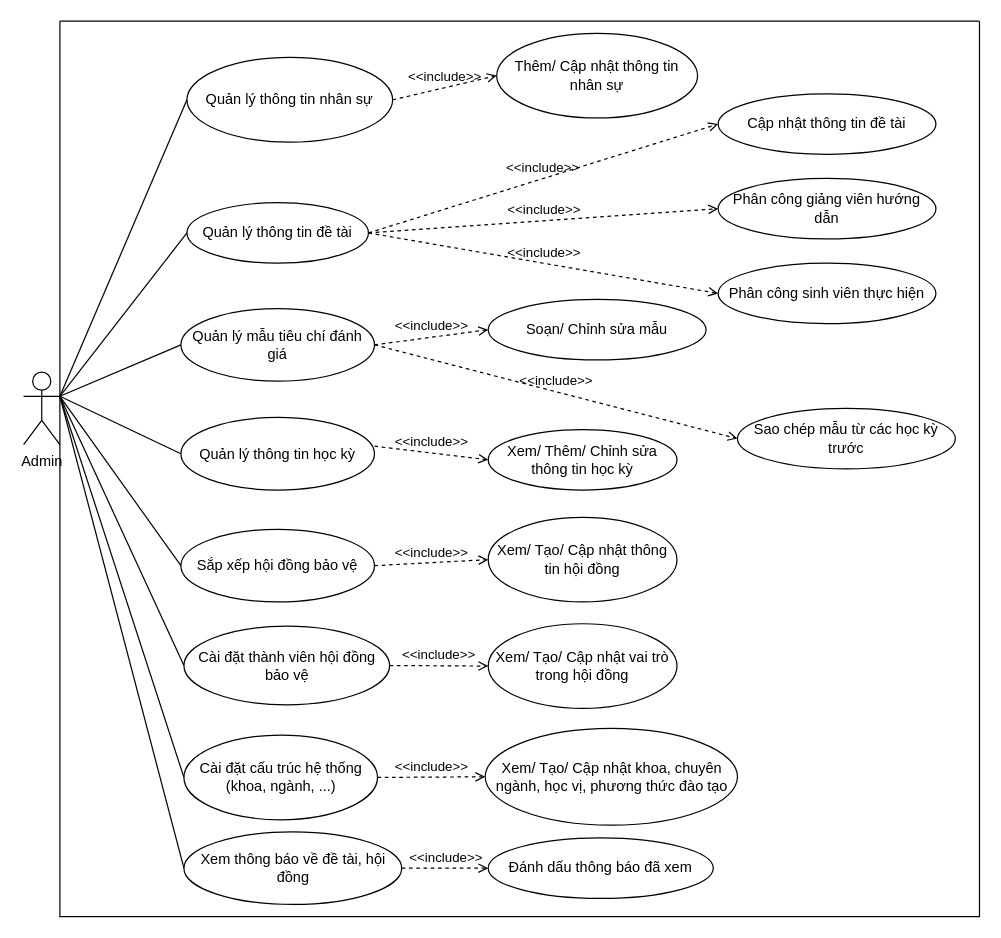
ngdangkiet/thesis-document keeps this draw.io diagram as page "Biểu đồ UseCase phân rã [Admin]" (3 of 6) of report/thesis.drawio. Above is the earlier version. Source tidied: cells renumbered, new cells numbered last; positions are measured from the earlier drawing's top-left corner, leaving out a move shared by most shapes. Both pictures are drawn from the tidied source at 121%, with x=0, y=0 at pixel (23, 21).
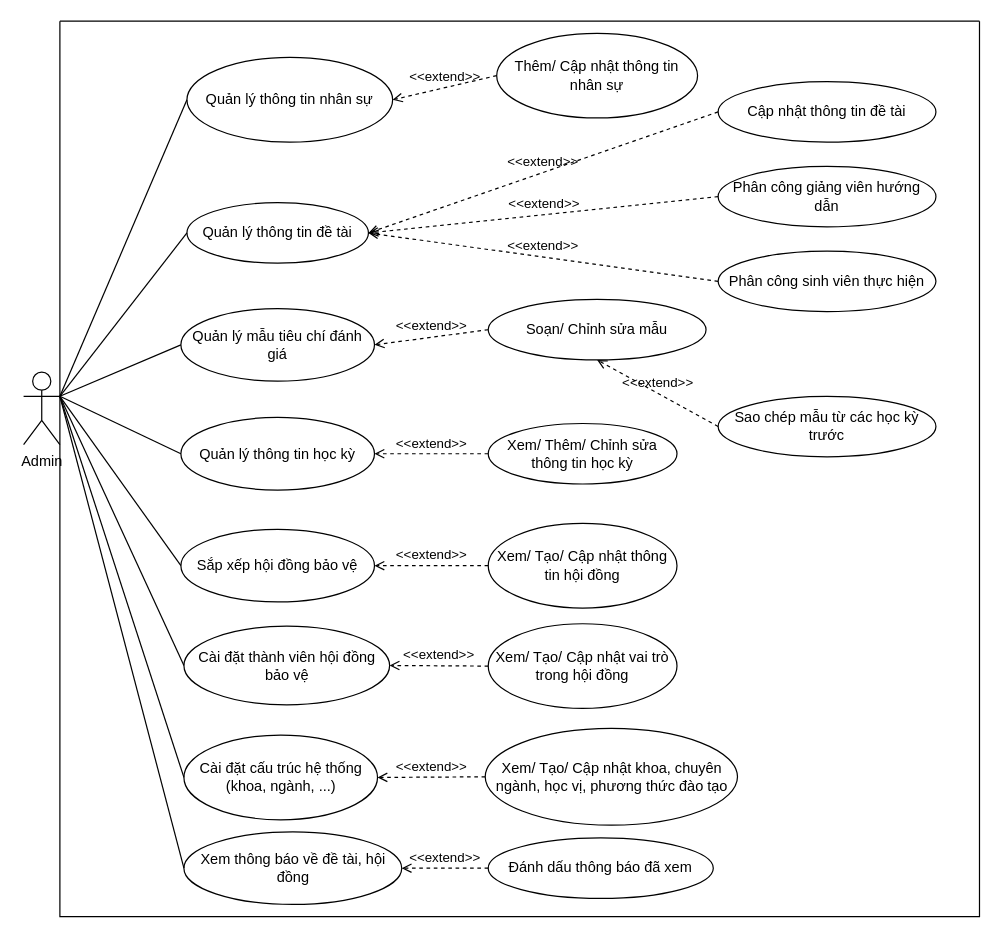
After the change.

Commit message (it also covers changes not shown here):
Cập nhật thesis.drawio

Unchanged cells that the change refers to:
```xml
<mxCell id="3" value="Quản lý thông tin đề tài" style="ellipse;whiteSpace=wrap;html=1;" parent="1" vertex="1">
  <mxGeometry x="135" y="150" width="150" height="50" as="geometry" />
</mxCell>
<mxCell id="4" value="Quản lý mẫu tiêu chí đánh giá" style="ellipse;whiteSpace=wrap;html=1;" parent="1" vertex="1">
  <mxGeometry x="130" y="237.5" width="160" height="60" as="geometry" />
</mxCell>
<mxCell id="5" value="Quản lý thông tin học kỳ" style="ellipse;whiteSpace=wrap;html=1;" parent="1" vertex="1">
  <mxGeometry x="130" y="327.5" width="160" height="60" as="geometry" />
</mxCell>
<mxCell id="6" value="Sắp xếp hội đồng bảo vệ" style="ellipse;whiteSpace=wrap;html=1;" parent="1" vertex="1">
  <mxGeometry x="130" y="420" width="160" height="60" as="geometry" />
</mxCell>
<mxCell id="7" value="Cài đặt thành viên hội đồng bảo vệ" style="ellipse;whiteSpace=wrap;html=1;" parent="1" vertex="1">
  <mxGeometry x="132.5" y="500" width="170" height="65" as="geometry" />
</mxCell>
<mxCell id="8" value="Quản lý thông tin nhân sự" style="ellipse;whiteSpace=wrap;html=1;" parent="1" vertex="1">
  <mxGeometry x="135" y="30" width="170" height="70" as="geometry" />
</mxCell>
<mxCell id="9" value="Cài đặt cấu trúc hệ thống (khoa, ngành, ...)" style="ellipse;whiteSpace=wrap;html=1;" parent="1" vertex="1">
  <mxGeometry x="132.5" y="590" width="160" height="70" as="geometry" />
</mxCell>
<mxCell id="17" value="Thêm/ Cập nhật thông tin nhân sự" style="ellipse;whiteSpace=wrap;html=1;" parent="1" vertex="1">
  <mxGeometry x="391" y="10" width="166" height="70" as="geometry" />
</mxCell>
<mxCell id="21" value="Soạn/ Chỉnh sửa mẫu" style="ellipse;whiteSpace=wrap;html=1;" parent="1" vertex="1">
  <mxGeometry x="384" y="230" width="180" height="50" as="geometry" />
</mxCell>
<mxCell id="25" value="Xem/ Tạo/ Cập nhật vai trò trong hội đồng" style="ellipse;whiteSpace=wrap;html=1;" parent="1" vertex="1">
  <mxGeometry x="384" y="498" width="156" height="70" as="geometry" />
</mxCell>
<mxCell id="26" value="Xem/ Tạo/ Cập nhật khoa, chuyên ngành, học vị, phương thức đào tạo" style="ellipse;whiteSpace=wrap;html=1;" parent="1" vertex="1">
  <mxGeometry x="381.5" y="584.5" width="208.5" height="80" as="geometry" />
</mxCell>
<mxCell id="27" value="Xem thông báo về đề tài, hội đồng" style="ellipse;whiteSpace=wrap;html=1;" parent="1" vertex="1">
  <mxGeometry x="132.5" y="670" width="180" height="60" as="geometry" />
</mxCell>
<mxCell id="29" value="Đánh dấu thông báo đã xem" style="ellipse;whiteSpace=wrap;html=1;" parent="1" vertex="1">
  <mxGeometry x="384" y="675" width="186" height="50" as="geometry" />
</mxCell>
<mxCell id="30" style="swimlane;startSize=0;" parent="1" vertex="1">
  <mxGeometry x="30" width="760" height="740" as="geometry" />
</mxCell>
```

What changed in the source:
```diff
@@
-    <mxCell id="18" value="Cập nhật thông tin đề tài" style="ellipse;whiteSpace=wrap;html=1;" parent="1" vertex="1">
-      <mxGeometry x="574" y="60" width="180" height="50" as="geometry" />
-    </mxCell>
-    <mxCell id="19" value="Phân công giảng viên hướng dẫn" style="ellipse;whiteSpace=wrap;html=1;" parent="1" vertex="1">
-      <mxGeometry x="574" y="130" width="180" height="50" as="geometry" />
-    </mxCell>
-    <mxCell id="20" value="Phân công sinh viên thực hiện" style="ellipse;whiteSpace=wrap;html=1;" parent="1" vertex="1">
-      <mxGeometry x="574" y="200" width="180" height="50" as="geometry" />
-    </mxCell>
@@
-    <mxCell id="22" value="Sao chép mẫu từ các học kỳ trước" style="ellipse;whiteSpace=wrap;html=1;" parent="1" vertex="1">
-      <mxGeometry x="590" y="320" width="180" height="50" as="geometry" />
-    </mxCell>
-    <mxCell id="23" value="Xem/ Thêm/ Chỉnh sửa thông tin học kỳ" style="ellipse;whiteSpace=wrap;html=1;" parent="1" vertex="1">
-      <mxGeometry x="384" y="337.5" width="156" height="50" as="geometry" />
-    </mxCell>
-    <mxCell id="24" value="Xem/ Tạo/ Cập nhật thông tin hội đồng" style="ellipse;whiteSpace=wrap;html=1;" parent="1" vertex="1">
-      <mxGeometry x="384" y="410" width="156" height="70" as="geometry" />
-    </mxCell>
@@
-    <mxCell id="31" value="&amp;lt;&amp;lt;include&amp;gt;&amp;gt;" style="html=1;verticalAlign=bottom;labelBackgroundColor=none;endArrow=open;endFill=0;dashed=1;rounded=0;exitX=1;exitY=0.5;exitDx=0;exitDy=0;entryX=0;entryY=0.5;entryDx=0;entryDy=0;" parent="1" edge="1" source="8" target="17">
-      <mxGeometry relative="1" as="geometry" />
-    </mxCell>
-    <mxCell id="32" value="&amp;lt;&amp;lt;include&amp;gt;&amp;gt;" style="html=1;verticalAlign=bottom;labelBackgroundColor=none;endArrow=open;endFill=0;dashed=1;rounded=0;exitX=1;exitY=0.5;exitDx=0;exitDy=0;entryX=0;entryY=0.5;entryDx=0;entryDy=0;" parent="1" edge="1" source="3" target="18">
-      <mxGeometry relative="1" as="geometry" />
-    </mxCell>
-    <mxCell id="33" value="&amp;lt;&amp;lt;include&amp;gt;&amp;gt;" style="html=1;verticalAlign=bottom;labelBackgroundColor=none;endArrow=open;endFill=0;dashed=1;rounded=0;exitX=1;exitY=0.5;exitDx=0;exitDy=0;entryX=0;entryY=0.5;entryDx=0;entryDy=0;" parent="1" edge="1" source="3" target="19">
-      <mxGeometry relative="1" as="geometry" />
-    </mxCell>
-    <mxCell id="34" value="&amp;lt;&amp;lt;include&amp;gt;&amp;gt;" style="html=1;verticalAlign=bottom;labelBackgroundColor=none;endArrow=open;endFill=0;dashed=1;rounded=0;exitX=1;exitY=0.5;exitDx=0;exitDy=0;entryX=0;entryY=0.5;entryDx=0;entryDy=0;" parent="1" edge="1" source="3" target="20">
-      <mxGeometry relative="1" as="geometry" />
-    </mxCell>
-    <mxCell id="35" value="&amp;lt;&amp;lt;include&amp;gt;&amp;gt;" style="html=1;verticalAlign=bottom;labelBackgroundColor=none;endArrow=open;endFill=0;dashed=1;rounded=0;exitX=1;exitY=0.5;exitDx=0;exitDy=0;entryX=0;entryY=0.5;entryDx=0;entryDy=0;" parent="1" edge="1" source="4" target="21">
-      <mxGeometry relative="1" as="geometry" />
-    </mxCell>
-    <mxCell id="36" value="&amp;lt;&amp;lt;include&amp;gt;&amp;gt;" style="html=1;verticalAlign=bottom;labelBackgroundColor=none;endArrow=open;endFill=0;dashed=1;rounded=0;exitX=1;exitY=0.5;exitDx=0;exitDy=0;entryX=0;entryY=0.5;entryDx=0;entryDy=0;" parent="1" edge="1" source="4" target="22">
-      <mxGeometry relative="1" as="geometry" />
-    </mxCell>
-    <mxCell id="37" value="&amp;lt;&amp;lt;include&amp;gt;&amp;gt;" style="html=1;verticalAlign=bottom;labelBackgroundColor=none;endArrow=open;endFill=0;dashed=1;rounded=0;exitX=1;exitY=0.396;exitDx=0;exitDy=0;entryX=0;entryY=0.5;entryDx=0;entryDy=0;exitPerimeter=0;" parent="1" edge="1" source="5" target="23">
-      <mxGeometry relative="1" as="geometry" />
-    </mxCell>
-    <mxCell id="38" value="&amp;lt;&amp;lt;include&amp;gt;&amp;gt;" style="html=1;verticalAlign=bottom;labelBackgroundColor=none;endArrow=open;endFill=0;dashed=1;rounded=0;exitX=1;exitY=0.5;exitDx=0;exitDy=0;entryX=0;entryY=0.5;entryDx=0;entryDy=0;" parent="1" edge="1" source="6" target="24">
-      <mxGeometry relative="1" as="geometry" />
-    </mxCell>
-    <mxCell id="39" value="&amp;lt;&amp;lt;include&amp;gt;&amp;gt;" style="html=1;verticalAlign=bottom;labelBackgroundColor=none;endArrow=open;endFill=0;dashed=1;rounded=0;exitX=1;exitY=0.5;exitDx=0;exitDy=0;entryX=0;entryY=0.5;entryDx=0;entryDy=0;" parent="1" edge="1" source="7" target="25">
-      <mxGeometry relative="1" as="geometry" />
-    </mxCell>
-    <mxCell id="40" value="&amp;lt;&amp;lt;include&amp;gt;&amp;gt;" style="html=1;verticalAlign=bottom;labelBackgroundColor=none;endArrow=open;endFill=0;dashed=1;rounded=0;exitX=1;exitY=0.5;exitDx=0;exitDy=0;entryX=0;entryY=0.5;entryDx=0;entryDy=0;" parent="1" edge="1" source="9" target="26">
-      <mxGeometry relative="1" as="geometry" />
-    </mxCell>
-    <mxCell id="41" value="&amp;lt;&amp;lt;include&amp;gt;&amp;gt;" style="html=1;verticalAlign=bottom;labelBackgroundColor=none;endArrow=open;endFill=0;dashed=1;rounded=0;exitX=1;exitY=0.5;exitDx=0;exitDy=0;entryX=0;entryY=0.5;entryDx=0;entryDy=0;" parent="1" edge="1" source="27" target="29">
-      <mxGeometry relative="1" as="geometry" />
-    </mxCell>
+    <mxCell id="18" value="Cập nhật thông tin đề tài" style="ellipse;whiteSpace=wrap;html=1;" parent="30" vertex="1">
+      <mxGeometry x="544" y="50" width="180" height="50" as="geometry" />
+    </mxCell>
+    <mxCell id="19" value="Phân công giảng viên hướng dẫn" style="ellipse;whiteSpace=wrap;html=1;" parent="30" vertex="1">
+      <mxGeometry x="544" y="120" width="180" height="50" as="geometry" />
+    </mxCell>
+    <mxCell id="20" value="Phân công sinh viên thực hiện" style="ellipse;whiteSpace=wrap;html=1;" parent="30" vertex="1">
+      <mxGeometry x="544" y="190" width="180" height="50" as="geometry" />
+    </mxCell>
+    <mxCell id="22" value="Sao chép mẫu từ các học kỳ trước" style="ellipse;whiteSpace=wrap;html=1;" parent="30" vertex="1">
+      <mxGeometry x="544" y="310" width="180" height="50" as="geometry" />
+    </mxCell>
+    <mxCell id="24" value="Xem/ Tạo/ Cập nhật thông tin hội đồng" style="ellipse;whiteSpace=wrap;html=1;" parent="30" vertex="1">
+      <mxGeometry x="354" y="415" width="156" height="70" as="geometry" />
+    </mxCell>
+    <mxCell id="23" value="Xem/ Thêm/ Chỉnh sửa thông tin học kỳ" style="ellipse;whiteSpace=wrap;html=1;" parent="30" vertex="1">
+      <mxGeometry x="354" y="332.5" width="156" height="50" as="geometry" />
+    </mxCell>
+    <mxCell id="42" value="&amp;lt;&amp;lt;extend&amp;gt;&amp;gt;" style="html=1;verticalAlign=bottom;labelBackgroundColor=none;endArrow=open;endFill=0;dashed=1;rounded=0;exitX=0;exitY=0.5;exitDx=0;exitDy=0;entryX=1;entryY=0.5;entryDx=0;entryDy=0;" parent="1" edge="1" source="17" target="8">
+      <mxGeometry relative="1" as="geometry" />
+    </mxCell>
+    <mxCell id="43" value="&amp;lt;&amp;lt;extend&amp;gt;&amp;gt;" style="html=1;verticalAlign=bottom;labelBackgroundColor=none;endArrow=open;endFill=0;dashed=1;rounded=0;exitX=0;exitY=0.5;exitDx=0;exitDy=0;entryX=1;entryY=0.5;entryDx=0;entryDy=0;" parent="1" edge="1" source="18" target="3">
+      <mxGeometry relative="1" as="geometry" />
+    </mxCell>
+    <mxCell id="44" value="&amp;lt;&amp;lt;extend&amp;gt;&amp;gt;" style="html=1;verticalAlign=bottom;labelBackgroundColor=none;endArrow=open;endFill=0;dashed=1;rounded=0;exitX=0;exitY=0.5;exitDx=0;exitDy=0;entryX=1;entryY=0.5;entryDx=0;entryDy=0;" parent="1" edge="1" source="19" target="3">
+      <mxGeometry relative="1" as="geometry" />
+    </mxCell>
+    <mxCell id="45" value="&amp;lt;&amp;lt;extend&amp;gt;&amp;gt;" style="html=1;verticalAlign=bottom;labelBackgroundColor=none;endArrow=open;endFill=0;dashed=1;rounded=0;exitX=0;exitY=0.5;exitDx=0;exitDy=0;entryX=1;entryY=0.5;entryDx=0;entryDy=0;" parent="1" edge="1" source="20" target="3">
+      <mxGeometry relative="1" as="geometry" />
+    </mxCell>
+    <mxCell id="46" value="&amp;lt;&amp;lt;extend&amp;gt;&amp;gt;" style="html=1;verticalAlign=bottom;labelBackgroundColor=none;endArrow=open;endFill=0;dashed=1;rounded=0;exitX=0;exitY=0.5;exitDx=0;exitDy=0;entryX=1;entryY=0.5;entryDx=0;entryDy=0;" parent="1" edge="1" source="21" target="4">
+      <mxGeometry relative="1" as="geometry" />
+    </mxCell>
+    <mxCell id="47" value="&amp;lt;&amp;lt;extend&amp;gt;&amp;gt;" style="html=1;verticalAlign=bottom;labelBackgroundColor=none;endArrow=open;endFill=0;dashed=1;rounded=0;exitX=0;exitY=0.5;exitDx=0;exitDy=0;entryX=0.5;entryY=1;entryDx=0;entryDy=0;" parent="1" edge="1" source="22" target="21">
+      <mxGeometry relative="1" as="geometry" />
+    </mxCell>
+    <mxCell id="48" value="&amp;lt;&amp;lt;extend&amp;gt;&amp;gt;" style="html=1;verticalAlign=bottom;labelBackgroundColor=none;endArrow=open;endFill=0;dashed=1;rounded=0;exitX=0;exitY=0.5;exitDx=0;exitDy=0;entryX=1;entryY=0.5;entryDx=0;entryDy=0;" parent="1" edge="1" source="23" target="5">
+      <mxGeometry relative="1" as="geometry" />
+    </mxCell>
+    <mxCell id="49" value="&amp;lt;&amp;lt;extend&amp;gt;&amp;gt;" style="html=1;verticalAlign=bottom;labelBackgroundColor=none;endArrow=open;endFill=0;dashed=1;rounded=0;exitX=0;exitY=0.5;exitDx=0;exitDy=0;entryX=1;entryY=0.5;entryDx=0;entryDy=0;" parent="1" edge="1" source="24" target="6">
+      <mxGeometry relative="1" as="geometry" />
+    </mxCell>
+    <mxCell id="50" value="&amp;lt;&amp;lt;extend&amp;gt;&amp;gt;" style="html=1;verticalAlign=bottom;labelBackgroundColor=none;endArrow=open;endFill=0;dashed=1;rounded=0;exitX=0;exitY=0.5;exitDx=0;exitDy=0;entryX=1;entryY=0.5;entryDx=0;entryDy=0;" parent="1" edge="1" source="25" target="7">
+      <mxGeometry relative="1" as="geometry" />
+    </mxCell>
+    <mxCell id="51" value="&amp;lt;&amp;lt;extend&amp;gt;&amp;gt;" style="html=1;verticalAlign=bottom;labelBackgroundColor=none;endArrow=open;endFill=0;dashed=1;rounded=0;exitX=0;exitY=0.5;exitDx=0;exitDy=0;entryX=1;entryY=0.5;entryDx=0;entryDy=0;" parent="1" edge="1" source="26" target="9">
+      <mxGeometry relative="1" as="geometry" />
+    </mxCell>
+    <mxCell id="52" value="&amp;lt;&amp;lt;extend&amp;gt;&amp;gt;" style="html=1;verticalAlign=bottom;labelBackgroundColor=none;endArrow=open;endFill=0;dashed=1;rounded=0;exitX=0;exitY=0.5;exitDx=0;exitDy=0;entryX=1;entryY=0.5;entryDx=0;entryDy=0;" parent="1" edge="1" source="29" target="27">
+      <mxGeometry relative="1" as="geometry" />
+    </mxCell>
```
